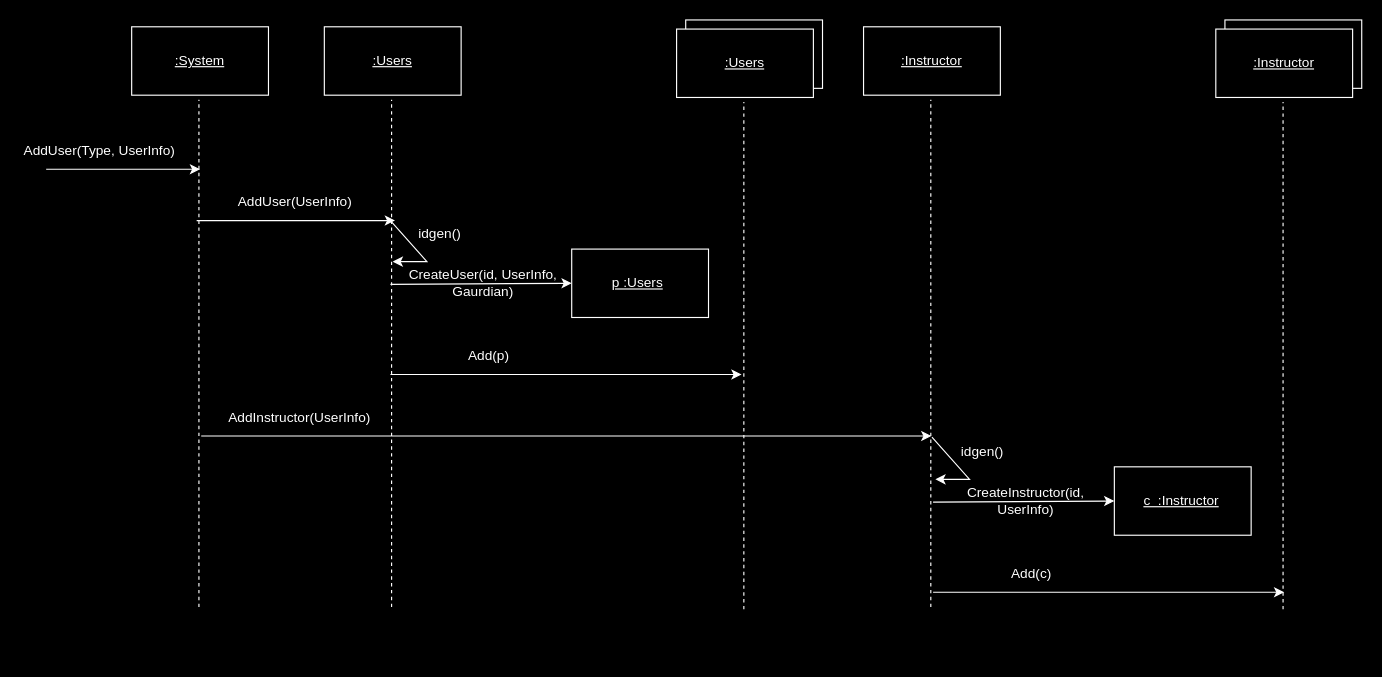
Before: ssAdd_user.drawio in matdavid7272/342project, a draw.io diagram. Source tidied: cells renumbered, new cells numbered last; positions are measured from the earlier drawing's top-left corner, leaving out a move shared by most shapes. Both pictures are drawn from the tidied source at 114%, with x=0, y=0 at pixel (19, 19).
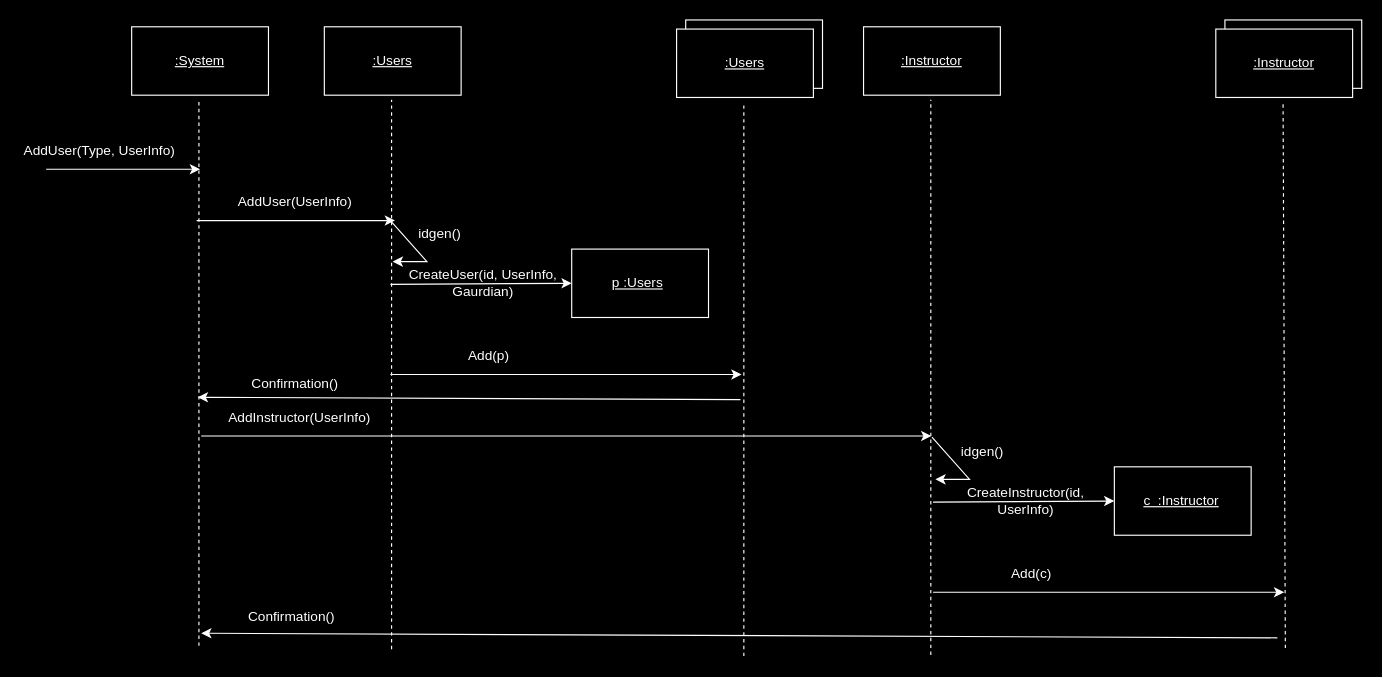
Above is the later version.

The edit, as a diff of the source:
```diff
@@
     <mxCell id="5" style="endArrow=none;dashed=1;html=1;rounded=0;strokeColor=#FFFFFF;" parent="1" edge="1">
       <mxGeometry relative="1" as="geometry">
-        <mxPoint x="157" y="515" as="sourcePoint" />
+        <mxPoint x="157" y="549" as="sourcePoint" />
         <mxPoint x="157" y="70" as="targetPoint" />
       </mxGeometry>
     </mxCell>
@@
     <mxCell id="10" style="endArrow=none;dashed=1;html=1;rounded=0;strokeColor=#FFFFFF;" parent="1" edge="1">
       <mxGeometry relative="1" as="geometry">
-        <mxPoint x="326" y="515" as="sourcePoint" />
+        <mxPoint x="326" y="552" as="sourcePoint" />
         <mxPoint x="326" y="70" as="targetPoint" />
       </mxGeometry>
     </mxCell>
@@
     <mxCell id="22" style="endArrow=none;dashed=1;html=1;rounded=0;strokeColor=#FFFFFF;" parent="1" edge="1">
       <mxGeometry relative="1" as="geometry">
-        <mxPoint x="635" y="517" as="sourcePoint" />
+        <mxPoint x="635" y="558" as="sourcePoint" />
         <mxPoint x="635" y="72" as="targetPoint" />
       </mxGeometry>
     </mxCell>
@@
     <mxCell id="28" style="endArrow=none;dashed=1;html=1;rounded=0;strokeColor=#FFFFFF;" parent="1" edge="1">
       <mxGeometry relative="1" as="geometry">
-        <mxPoint x="799" y="515" as="sourcePoint" />
+        <mxPoint x="799" y="557" as="sourcePoint" />
         <mxPoint x="799" y="70" as="targetPoint" />
       </mxGeometry>
     </mxCell>
@@
     <mxCell id="39" style="endArrow=none;dashed=1;html=1;rounded=0;strokeColor=#FFFFFF;" parent="1" edge="1">
       <mxGeometry relative="1" as="geometry">
-        <mxPoint x="1108" y="517" as="sourcePoint" />
+        <mxPoint x="1110" y="551" as="sourcePoint" />
         <mxPoint x="1108" y="72" as="targetPoint" />
       </mxGeometry>
     </mxCell>
@@
+    <mxCell id="42" style="endArrow=classic;html=1;rounded=0;strokeColor=#FFFFFF;" parent="1" edge="1">
+      <mxGeometry relative="1" as="geometry">
+        <mxPoint x="632" y="333" as="sourcePoint" />
+        <mxPoint x="156" y="331" as="targetPoint" />
+      </mxGeometry>
+    </mxCell>
+    <mxCell id="43" value="&lt;font color=&quot;#ffffff&quot;&gt;Confirmation()&lt;/font&gt;" style="text;html=1;align=center;verticalAlign=middle;whiteSpace=wrap;rounded=0;" parent="1" vertex="1">
+      <mxGeometry x="174" y="304" width="135" height="30" as="geometry" />
+    </mxCell>
+    <mxCell id="44" style="endArrow=classic;html=1;rounded=0;strokeColor=#FFFFFF;" parent="1" edge="1">
+      <mxGeometry relative="1" as="geometry">
+        <mxPoint x="1103" y="542" as="sourcePoint" />
+        <mxPoint x="159" y="538" as="targetPoint" />
+      </mxGeometry>
+    </mxCell>
+    <mxCell id="45" value="&lt;font color=&quot;#ffffff&quot;&gt;Confirmation()&lt;/font&gt;" style="text;html=1;align=center;verticalAlign=middle;whiteSpace=wrap;rounded=0;" parent="1" vertex="1">
+      <mxGeometry x="171" y="509" width="135" height="30" as="geometry" />
+    </mxCell>
```
